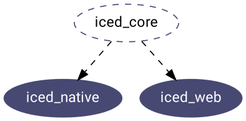
iced-rs/iced keeps this Graphviz diagram as docs/graphs/core.png. Above is the earlier version. Its source is kept beside it as docs/graphs/core.dot. The source it was exported from:
```dot
digraph G {
  fontname = "Roboto";
  newrank=true;
  node[fontname = "Roboto", style=filled, fontcolor=white, color="#474973"];

  { rank = same; iced_native iced_web }

  iced_core -> iced_native [style=dashed];
  iced_core -> iced_web [style=dashed];

  iced_core [style=dashed, fontcolor=black];

}
```
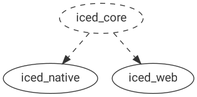
The same diagram one commit later.

Diff of the diagram source:
```diff
@@ -1,13 +1,13 @@
 digraph G {
   fontname = "Roboto";
   newrank=true;
-  node[fontname = "Roboto", style=filled, fontcolor=white, color="#474973"];
+  node[fontname = "Roboto", style="filled", fontcolor="#333333", fillcolor=white, color="#333333"];
+  edge[color="#333333"];
 
   { rank = same; iced_native iced_web }
 
   iced_core -> iced_native [style=dashed];
   iced_core -> iced_web [style=dashed];
 
-  iced_core [style=dashed, fontcolor=black];
-
+  iced_core [style=dashed];
 }
```
